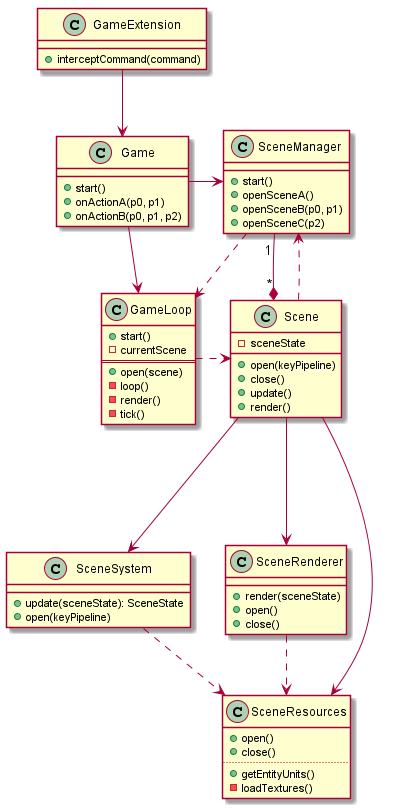
The PlantUML diagram doc/game.png in olivierperez/SoulGame, before a commit.
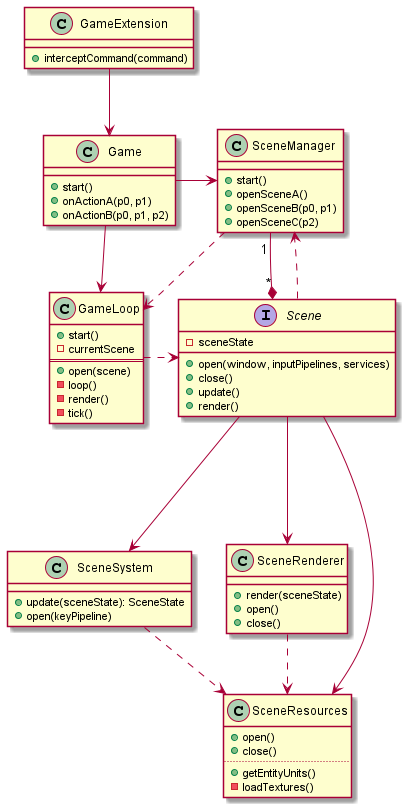
The same file after the commit.

Change to the diagram source:
```diff
@@ -10,9 +10,9 @@
     + onActionB(p0, p1, p2)
 }
 
-class Scene {
+interface Scene {
     - sceneState
-    + open(keyPipeline)
+    + open(window, inputPipelines, services)
     + close()
     + update()
     + render()
```
